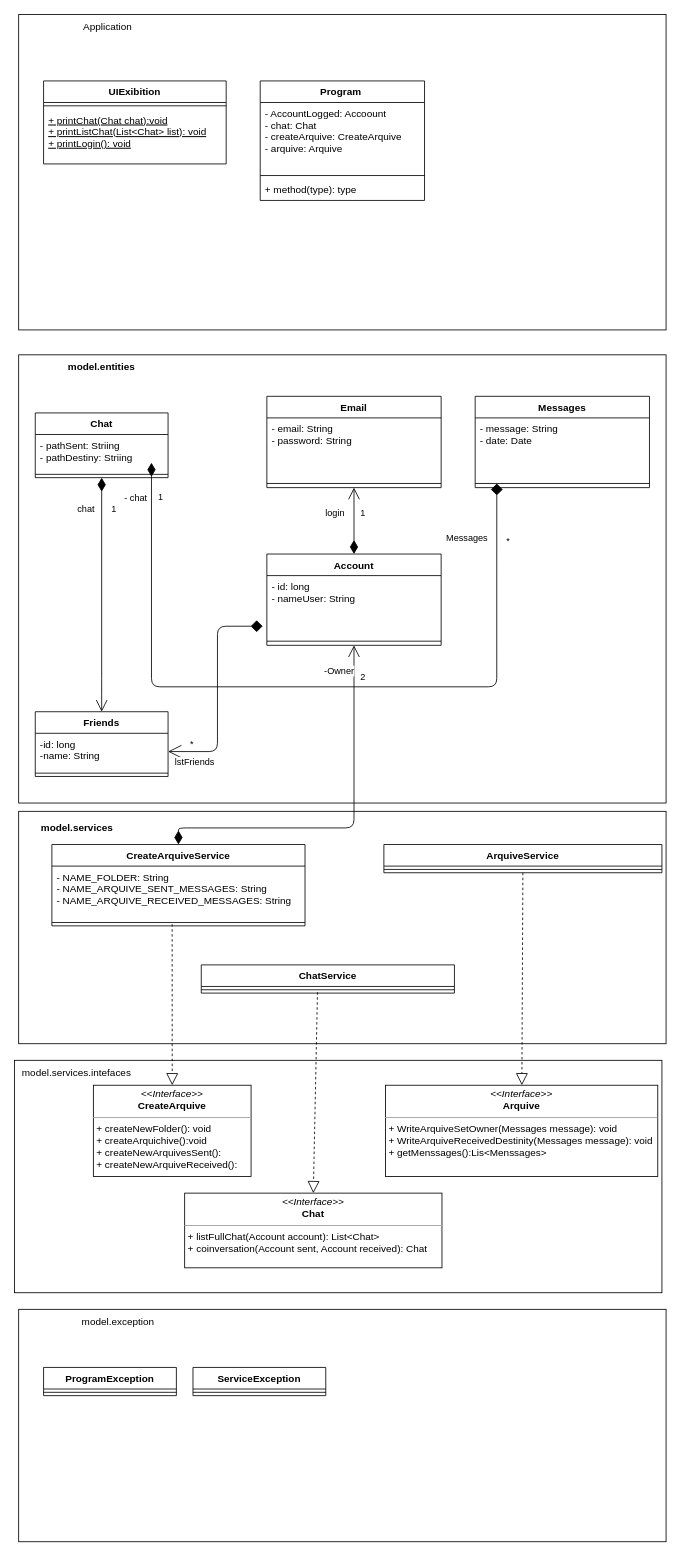
Earlier version of the draw.io diagram documentation/ProjectUML.drawio (CarlosEduardoFS/ChatArquive). Source tidied: cells renumbered, new cells numbered last; positions are measured from the earlier drawing's top-left corner, leaving out a move shared by most shapes. Both pictures are drawn from the tidied source at 83%, with x=0, y=0 at pixel (14, 14).
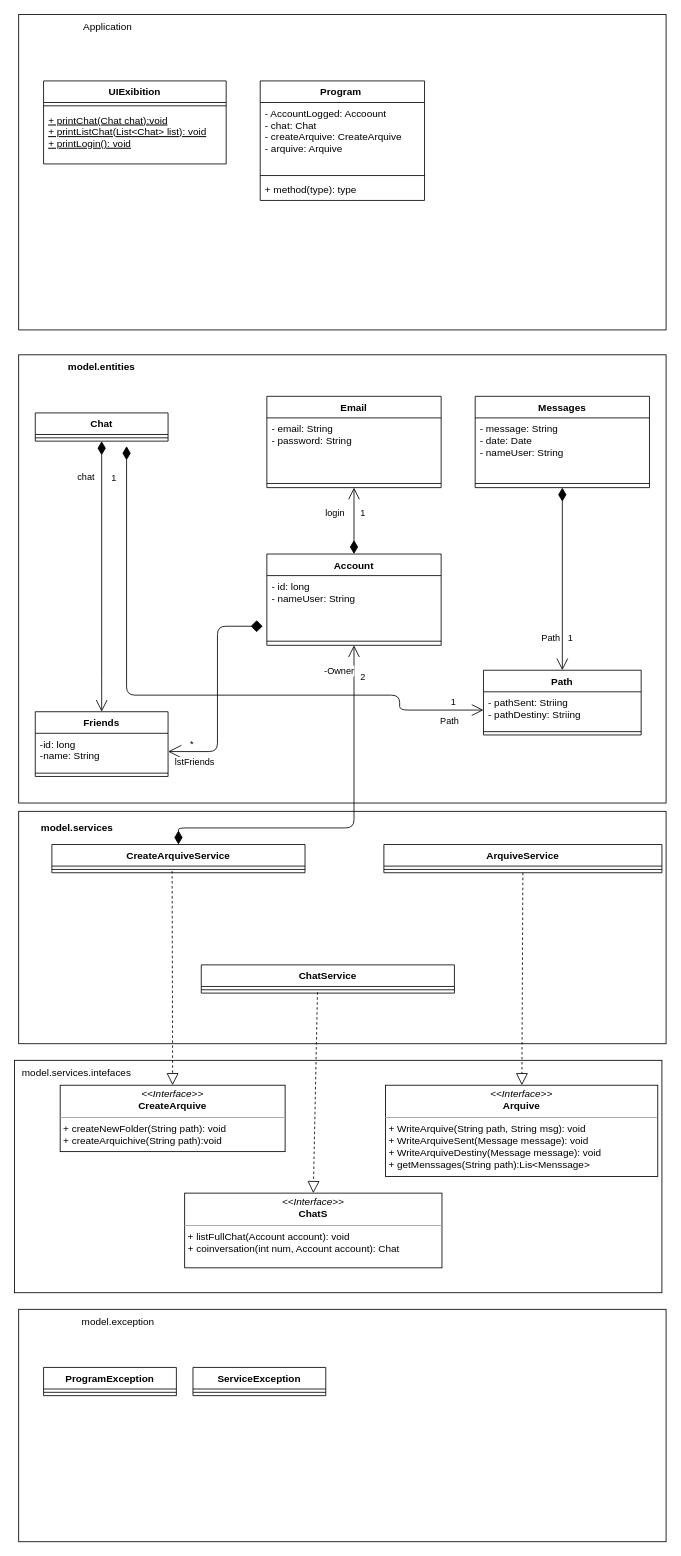
The same diagram, later.

Unchanged cells that the change refers to:
```xml
<mxCell id="10" value="Messages" style="swimlane;fontStyle=1;align=center;verticalAlign=top;horizontal=1;startSize=26;" parent="1" vertex="1">
  <mxGeometry x="555" y="460" width="210" height="110" as="geometry" />
</mxCell>
<mxCell id="12" style="line;strokeWidth=1;fillColor=none;align=left;verticalAlign=middle;spacingTop=-1;spacingLeft=3;spacingRight=3;labelPosition=right;points=[];portConstraint=eastwest;" parent="10" vertex="1">
  <mxGeometry y="100" width="210" height="10" as="geometry" />
</mxCell>
```

Change to the diagram source:
```diff
@@
-    <mxCell id="11" value="- message: String&#10;- date: Date" style="text;strokeColor=none;fillColor=none;align=left;verticalAlign=top;spacingLeft=4;spacingRight=4;overflow=hidden;" parent="10" vertex="1">
+    <mxCell id="11" value="- message: String&#10;- date: Date&#10;- nameUser: String" style="text;strokeColor=none;fillColor=none;align=left;verticalAlign=top;spacingLeft=4;spacingRight=4;overflow=hidden;" parent="10" vertex="1">
       <mxGeometry y="26" width="210" height="74" as="geometry" />
     </mxCell>
@@
     <mxCell id="16" value="CreateArquiveService" style="swimlane;fontStyle=1;align=center;verticalAlign=top;horizontal=1;startSize=26;" parent="1" vertex="1">
-      <mxGeometry x="45" y="1000" width="305" height="98" as="geometry" />
+      <mxGeometry x="45" y="1000" width="305" height="34" as="geometry" />
     </mxCell>
-    <mxCell id="17" value="- NAME_FOLDER: String&#10;- NAME_ARQUIVE_SENT_MESSAGES: String&#10;- NAME_ARQUIVE_RECEIVED_MESSAGES: String" style="text;strokeColor=none;fillColor=none;align=left;verticalAlign=top;spacingLeft=4;spacingRight=4;overflow=hidden;" parent="16" vertex="1">
-      <mxGeometry y="26" width="305" height="64" as="geometry" />
-    </mxCell>
     <mxCell id="18" style="line;strokeWidth=1;fillColor=none;align=left;verticalAlign=middle;spacingTop=-1;spacingLeft=3;spacingRight=3;labelPosition=right;points=[];portConstraint=eastwest;" parent="16" vertex="1">
-      <mxGeometry y="90" width="305" height="8" as="geometry" />
+      <mxGeometry y="26" width="305" height="8" as="geometry" />
     </mxCell>
@@
-    <mxCell id="27" value="*" style="endArrow=diamond;html=1;endSize=12;startArrow=diamondThin;startSize=14;startFill=1;edgeStyle=orthogonalEdgeStyle;align=left;verticalAlign=bottom;entryX=0.124;entryY=0.5;entryDx=0;entryDy=0;entryPerimeter=0;endFill=1;" parent="1" edge="1" target="12">
-      <mxGeometry x="0.83" y="-10" relative="1" as="geometry">
-        <mxPoint x="165" y="540" as="sourcePoint" />
-        <Array as="points">
-          <mxPoint x="165" y="810" />
-          <mxPoint x="581" y="810" />
-        </Array>
-      </mxGeometry>
-    </mxCell>
-    <mxCell id="28" value="Messages" style="edgeLabel;html=1;align=center;verticalAlign=middle;" parent="27" vertex="1">
-      <mxGeometry x="-0.17" y="-4" relative="1" as="geometry">
-        <mxPoint x="263" y="-184" as="offset" />
-      </mxGeometry>
-    </mxCell>
-    <mxCell id="29" value="- chat" style="edgeLabel;html=1;align=center;verticalAlign=middle;" parent="27" vertex="1">
-      <mxGeometry x="-0.91" y="1" relative="1" as="geometry">
-        <mxPoint x="-21" as="offset" />
-      </mxGeometry>
-    </mxCell>
-    <mxCell id="30" value="1" style="edgeLabel;html=1;align=center;verticalAlign=middle;points=[];" parent="27" vertex="1">
-      <mxGeometry x="-0.87" y="2" relative="1" as="geometry">
-        <mxPoint x="8" y="-20" as="offset" />
-      </mxGeometry>
-    </mxCell>
@@
-    <mxCell id="33" value="&lt;p style=&quot;margin: 0px ; margin-top: 4px ; text-align: center&quot;&gt;&lt;i&gt;&amp;lt;&amp;lt;Interface&amp;gt;&amp;gt;&lt;/i&gt;&lt;br&gt;&lt;b&gt;CreateArquive&lt;/b&gt;&lt;/p&gt;&lt;hr size=&quot;1&quot;&gt;&lt;p style=&quot;margin: 0px ; margin-left: 4px&quot;&gt;&lt;/p&gt;&lt;p style=&quot;margin: 0px ; margin-left: 4px&quot;&gt;+ createNewFolder(): void&lt;br style=&quot;padding: 0px ; margin: 0px&quot;&gt;+ createArquichive():void&lt;br style=&quot;padding: 0px ; margin: 0px&quot;&gt;+ createNewArquivesSent():&lt;br style=&quot;padding: 0px ; margin: 0px&quot;&gt;+ createNewArquiveReceived():&lt;br&gt;&lt;/p&gt;" style="verticalAlign=top;align=left;overflow=fill;fontSize=12;fontFamily=Helvetica;html=1;" parent="1" vertex="1">
-      <mxGeometry x="95" y="1290" width="190" height="110" as="geometry" />
+    <mxCell id="33" value="&lt;p style=&quot;margin: 0px ; margin-top: 4px ; text-align: center&quot;&gt;&lt;i&gt;&amp;lt;&amp;lt;Interface&amp;gt;&amp;gt;&lt;/i&gt;&lt;br&gt;&lt;b&gt;CreateArquive&lt;/b&gt;&lt;/p&gt;&lt;hr size=&quot;1&quot;&gt;&lt;p style=&quot;margin: 0px ; margin-left: 4px&quot;&gt;&lt;/p&gt;&lt;p style=&quot;margin: 0px ; margin-left: 4px&quot;&gt;+ createNewFolder(String path): void&lt;br style=&quot;padding: 0px ; margin: 0px&quot;&gt;+ createArquichive(String path):void&lt;br&gt;&lt;/p&gt;" style="verticalAlign=top;align=left;overflow=fill;fontSize=12;fontFamily=Helvetica;html=1;" parent="1" vertex="1">
+      <mxGeometry x="55" y="1290" width="271" height="80" as="geometry" />
     </mxCell>
@@
-    <mxCell id="35" value="&lt;p style=&quot;margin: 0px ; margin-top: 4px ; text-align: center&quot;&gt;&lt;i&gt;&amp;lt;&amp;lt;Interface&amp;gt;&amp;gt;&lt;/i&gt;&lt;br&gt;&lt;b&gt;Arquive&lt;/b&gt;&lt;/p&gt;&lt;hr size=&quot;1&quot;&gt;&lt;p style=&quot;margin: 0px ; margin-left: 4px&quot;&gt;&lt;/p&gt;&lt;p style=&quot;margin: 0px ; margin-left: 4px&quot;&gt;+ WriteArquiveSetOwner(Messages message): void&lt;br style=&quot;padding: 0px ; margin: 0px&quot;&gt;+ WriteArquiveReceivedDestinity(Messages message): void&lt;br style=&quot;padding: 0px ; margin: 0px&quot;&gt;+ getMenssages():Lis&amp;lt;Menssages&amp;gt;&lt;/p&gt;&lt;div style=&quot;padding: 0px ; margin: 0px&quot;&gt;&lt;br style=&quot;padding: 0px ; margin: 0px&quot;&gt;&lt;/div&gt;" style="verticalAlign=top;align=left;overflow=fill;fontSize=12;fontFamily=Helvetica;html=1;" parent="1" vertex="1">
+    <mxCell id="35" value="&lt;p style=&quot;margin: 0px ; margin-top: 4px ; text-align: center&quot;&gt;&lt;i&gt;&amp;lt;&amp;lt;Interface&amp;gt;&amp;gt;&lt;/i&gt;&lt;br&gt;&lt;b&gt;Arquive&lt;/b&gt;&lt;/p&gt;&lt;hr size=&quot;1&quot;&gt;&lt;p style=&quot;margin: 0px ; margin-left: 4px&quot;&gt;&lt;/p&gt;&lt;p style=&quot;margin: 0px ; margin-left: 4px&quot;&gt;&lt;span&gt;+ WriteArquive(String path, String msg): void&lt;/span&gt;&lt;br&gt;&lt;/p&gt;&lt;p style=&quot;margin: 0px ; margin-left: 4px&quot;&gt;+ WriteArquiveSent(Message message): void&lt;/p&gt;&lt;p style=&quot;margin: 0px ; margin-left: 4px&quot;&gt;+ WriteArquiveDestiny(Message message): void&lt;br style=&quot;padding: 0px ; margin: 0px&quot;&gt;+ getMenssages(String path):Lis&amp;lt;Menssage&amp;gt;&lt;/p&gt;&lt;div style=&quot;padding: 0px ; margin: 0px&quot;&gt;&lt;br style=&quot;padding: 0px ; margin: 0px&quot;&gt;&lt;/div&gt;" style="verticalAlign=top;align=left;overflow=fill;fontSize=12;fontFamily=Helvetica;html=1;" parent="1" vertex="1">
       <mxGeometry x="447" y="1290" width="328" height="110" as="geometry" />
     </mxCell>
@@
-    <mxCell id="37" value="&lt;p style=&quot;margin: 0px ; margin-top: 4px ; text-align: center&quot;&gt;&lt;i&gt;&amp;lt;&amp;lt;Interface&amp;gt;&amp;gt;&lt;/i&gt;&lt;br&gt;&lt;b&gt;Chat&lt;/b&gt;&lt;/p&gt;&lt;hr size=&quot;1&quot;&gt;&lt;p style=&quot;margin: 0px ; margin-left: 4px&quot;&gt;&lt;/p&gt;&lt;p style=&quot;margin: 0px ; margin-left: 4px&quot;&gt;+ listFullChat(Account account): List&amp;lt;Chat&amp;gt;&lt;br style=&quot;padding: 0px ; margin: 0px&quot;&gt;+ coinversation(Account sent, Account received): Chat&lt;br&gt;&lt;/p&gt;" style="verticalAlign=top;align=left;overflow=fill;fontSize=12;fontFamily=Helvetica;html=1;" parent="1" vertex="1">
+    <mxCell id="37" value="&lt;p style=&quot;margin: 0px ; margin-top: 4px ; text-align: center&quot;&gt;&lt;i&gt;&amp;lt;&amp;lt;Interface&amp;gt;&amp;gt;&lt;/i&gt;&lt;br&gt;&lt;b&gt;ChatS&lt;/b&gt;&lt;/p&gt;&lt;hr size=&quot;1&quot;&gt;&lt;p style=&quot;margin: 0px ; margin-left: 4px&quot;&gt;&lt;/p&gt;&lt;p style=&quot;margin: 0px ; margin-left: 4px&quot;&gt;+ listFullChat(Account account): void&lt;br style=&quot;padding: 0px ; margin: 0px&quot;&gt;+ coinversation(int num, Account account): Chat&lt;br&gt;&lt;/p&gt;" style="verticalAlign=top;align=left;overflow=fill;fontSize=12;fontFamily=Helvetica;html=1;" parent="1" vertex="1">
       <mxGeometry x="205" y="1420" width="310" height="90" as="geometry" />
     </mxCell>
@@
     <mxCell id="39" value="Chat" style="swimlane;fontStyle=1;align=center;verticalAlign=top;horizontal=1;startSize=26;" parent="1" vertex="1">
-      <mxGeometry x="25" y="480" width="160" height="78" as="geometry" />
+      <mxGeometry x="25" y="480" width="160" height="34" as="geometry" />
     </mxCell>
-    <mxCell id="40" value="- pathSent: Striing&#10;- pathDestiny: Striing" style="text;strokeColor=none;fillColor=none;align=left;verticalAlign=top;spacingLeft=4;spacingRight=4;overflow=hidden;points=[[0,0.5],[1,0.5]];portConstraint=eastwest;" parent="39" vertex="1">
-      <mxGeometry y="26" width="160" height="44" as="geometry" />
-    </mxCell>
     <mxCell id="41" style="line;strokeWidth=1;fillColor=none;align=left;verticalAlign=middle;spacingTop=-1;spacingLeft=3;spacingRight=3;labelPosition=right;" parent="39" vertex="1">
-      <mxGeometry y="70" width="160" height="8" as="geometry" />
+      <mxGeometry y="26" width="160" height="8" as="geometry" />
     </mxCell>
@@
+    <mxCell id="30" value="Path" style="swimlane;fontStyle=1;align=center;verticalAlign=top;horizontal=1;startSize=26;" parent="1" vertex="1">
+      <mxGeometry x="565" y="790" width="190" height="78" as="geometry" />
+    </mxCell>
+    <mxCell id="40" value="- pathSent: Striing&#10;- pathDestiny: Striing" style="text;strokeColor=none;fillColor=none;align=left;verticalAlign=top;spacingLeft=4;spacingRight=4;overflow=hidden;points=[[0,0.5],[1,0.5]];portConstraint=eastwest;" parent="30" vertex="1">
+      <mxGeometry y="26" width="190" height="44" as="geometry" />
+    </mxCell>
+    <mxCell id="64" style="line;strokeWidth=1;fillColor=none;align=left;verticalAlign=middle;spacingTop=-1;spacingLeft=3;spacingRight=3;labelPosition=right;" parent="30" vertex="1">
+      <mxGeometry y="70" width="190" height="8" as="geometry" />
+    </mxCell>
+    <mxCell id="65" value="1" style="endArrow=open;html=1;endSize=12;startArrow=diamondThin;startSize=14;startFill=1;edgeStyle=orthogonalEdgeStyle;align=left;verticalAlign=bottom;exitX=0.5;exitY=1;exitDx=0;exitDy=0;" parent="1" edge="1" source="10" target="30">
+      <mxGeometry x="0.73" y="5" relative="1" as="geometry" />
+    </mxCell>
+    <mxCell id="66" value="Path" style="edgeLabel;html=1;align=center;verticalAlign=middle;" parent="65" vertex="1">
+      <mxGeometry x="0.6" relative="1" as="geometry">
+        <mxPoint x="-15" y="4" as="offset" />
+      </mxGeometry>
+    </mxCell>
+    <mxCell id="67" value="1" style="endArrow=open;html=1;endSize=12;startArrow=diamondThin;startSize=14;startFill=1;edgeStyle=orthogonalEdgeStyle;align=left;verticalAlign=bottom;entryX=0;entryY=0.5;entryDx=0;entryDy=0;" parent="1" edge="1" target="40">
+      <mxGeometry x="0.89" relative="1" as="geometry">
+        <mxPoint x="135" y="520" as="sourcePoint" />
+        <Array as="points">
+          <mxPoint x="135" y="820" />
+          <mxPoint x="464" y="820" />
+          <mxPoint x="464" y="838" />
+        </Array>
+      </mxGeometry>
+    </mxCell>
+    <mxCell id="68" value="Path" style="edgeLabel;html=1;align=center;verticalAlign=middle;" parent="67" vertex="1">
+      <mxGeometry x="0.83" relative="1" as="geometry">
+        <mxPoint x="22" y="12" as="offset" />
+      </mxGeometry>
+    </mxCell>
```
